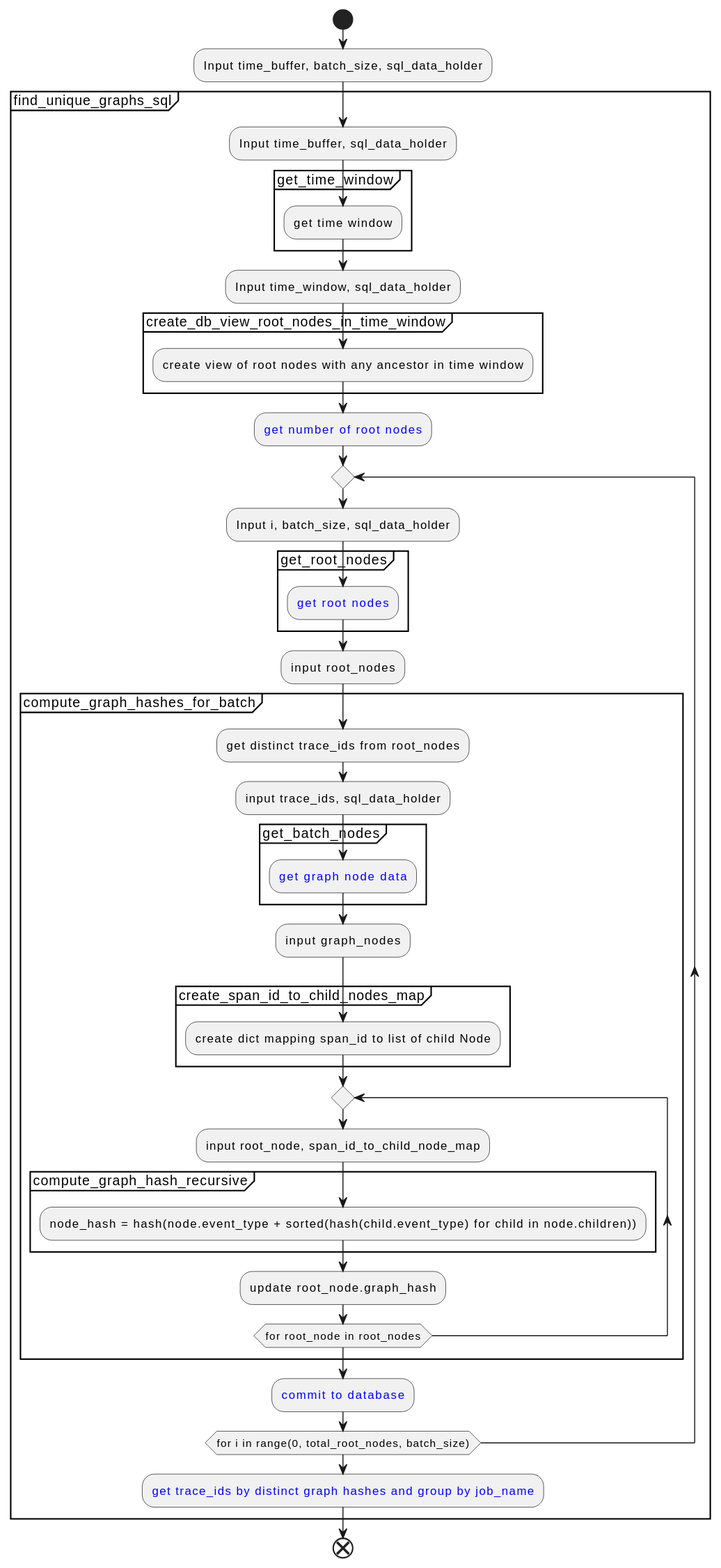
This is docs/development/design/3-DN-Retrieving_unique_graphs_from_Otel_data/Algorithm_Overview.svg from xtuml/otel2puml, a PlantUML export, as it was before one commit.
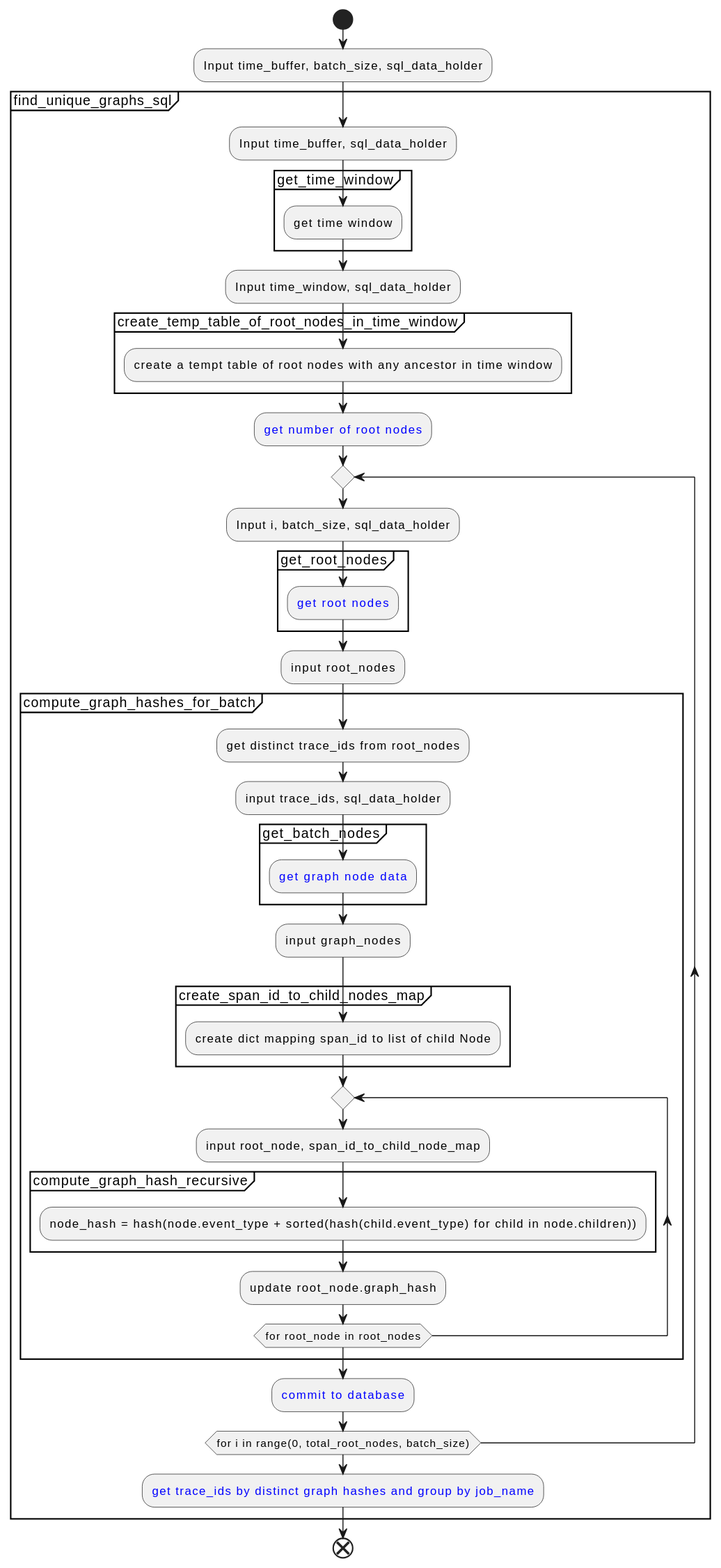
Above is the later version.

What changed in the source:
```diff
@@ -7,8 +7,8 @@
         :get time window;
     }
     :Input time_window, sql_data_holder;
-    partition "create_db_view_root_nodes_in_time_window" {
-        :create view of root nodes with any ancestor in time window;
+    partition "create_temp_table_of_root_nodes_in_time_window" {
+        :create a tempt table of root nodes with any ancestor in time window;
     }
         :<color:Blue>get number of root nodes;
         repeat
```
